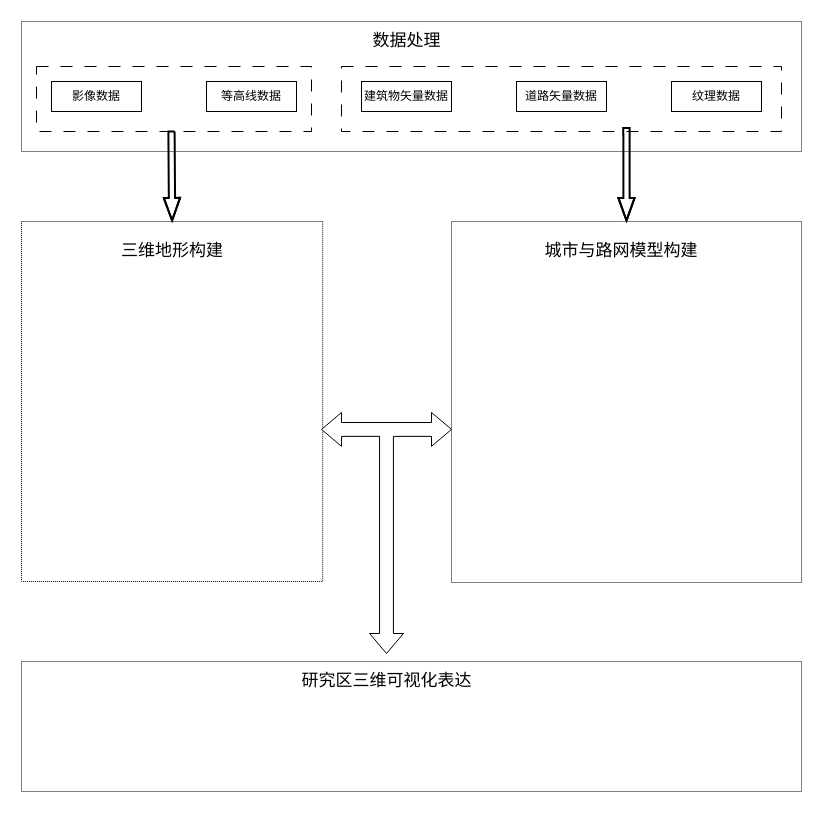
Above: 技术路线.drawio in hhw-cainiao/draw (draw.io), before the change. Source tidied: cells renumbered, new cells numbered last; positions are measured from the earlier drawing's top-left corner, leaving out a move shared by most shapes. Both pictures are drawn from the tidied source at 100%, with x=0, y=0 at pixel (21, 21).
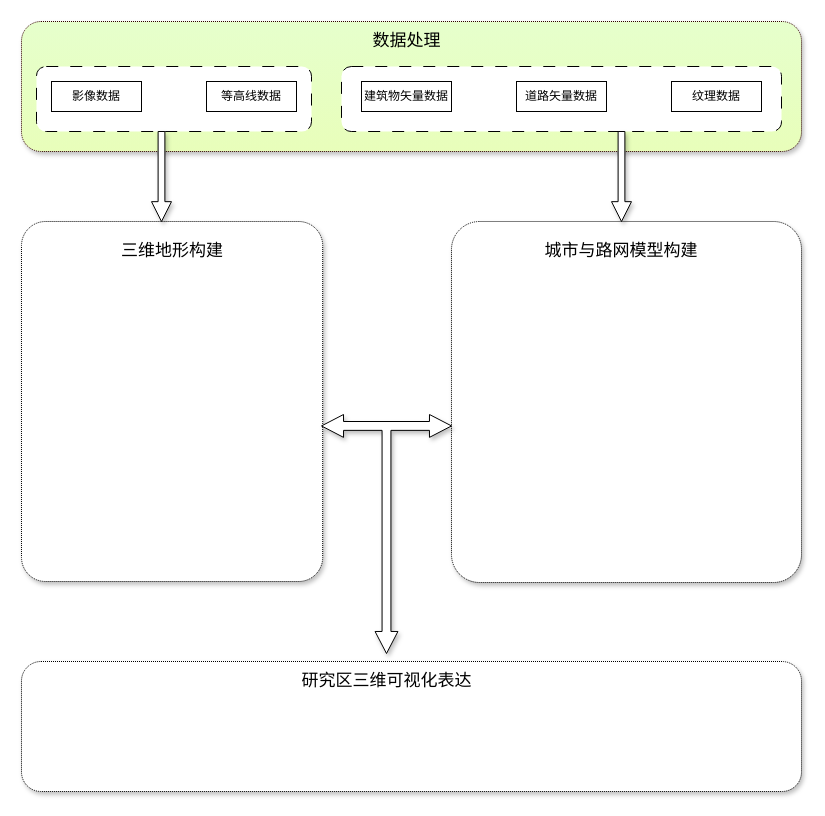
The same diagram, later.

Commit message:
更新技术路线.drawio

Diff of the diagram source:
```diff
@@
-    <mxCell id="2" style="rounded=0;whiteSpace=wrap;html=1;dashed=1;dashPattern=1 1;" parent="1" vertex="1">
+    <mxCell id="2" style="rounded=1;whiteSpace=wrap;html=1;dashed=1;dashPattern=1 1;shadow=1;strokeColor=#330000;fillColor=#E6FFCC;gradientColor=#e8feba;gradientDirection=south;" parent="1" vertex="1">
       <mxGeometry width="780" height="130" as="geometry" />
     </mxCell>
-    <mxCell id="3" style="rounded=0;whiteSpace=wrap;html=1;dashed=1;dashPattern=12 12;" parent="1" vertex="1">
+    <mxCell id="3" style="rounded=1;whiteSpace=wrap;html=1;dashed=1;dashPattern=12 12;" parent="1" vertex="1">
       <mxGeometry x="15" y="45" width="275" height="65" as="geometry" />
     </mxCell>
@@
-    <mxCell id="5" style="rounded=0;whiteSpace=wrap;html=1;dashed=1;dashPattern=12 12;" parent="1" vertex="1">
+    <mxCell id="5" style="rounded=1;whiteSpace=wrap;html=1;dashed=1;dashPattern=12 12;" parent="1" vertex="1">
       <mxGeometry x="320" y="45" width="440" height="65" as="geometry" />
     </mxCell>
@@
-    <mxCell id="11" style="rounded=0;whiteSpace=wrap;html=1;dashed=1;dashPattern=1 1;" parent="1" vertex="1">
+    <mxCell id="11" style="rounded=1;whiteSpace=wrap;html=1;dashed=1;dashPattern=1 1;arcSize=8;shadow=1;" parent="1" vertex="1">
       <mxGeometry y="200" width="301.2" height="360" as="geometry" />
     </mxCell>
-    <mxCell id="12" style="edgeStyle=orthogonalEdgeStyle;rounded=0;jettySize=auto;html=1;entryX=0.5;entryY=0;entryDx=0;entryDy=0;fontStyle=1;strokeWidth=2;shape=flexArrow;width=5.238095238095238;endSize=6.862068965517242;endWidth=7.991242474001095;" parent="1" edge="1" target="11">
-      <mxGeometry relative="1" as="geometry">
-        <mxPoint x="150" y="109" as="sourcePoint" />
-        <Array as="points">
-          <mxPoint x="150" y="110" />
-          <mxPoint x="151" y="110" />
-        </Array>
-      </mxGeometry>
-    </mxCell>
@@
-    <mxCell id="14" style="rounded=0;whiteSpace=wrap;html=1;dashed=1;dashPattern=1 1;" parent="1" vertex="1">
+    <mxCell id="14" style="rounded=1;whiteSpace=wrap;html=1;dashed=1;dashPattern=1 1;arcSize=8;shadow=1;" parent="1" vertex="1">
       <mxGeometry x="430" y="200" width="350" height="361" as="geometry" />
     </mxCell>
-    <mxCell id="15" style="edgeStyle=orthogonalEdgeStyle;rounded=0;jettySize=auto;html=1;entryX=0.5;entryY=0;entryDx=0;entryDy=0;fontStyle=1;strokeWidth=2;shape=flexArrow;width=5.238095238095238;endSize=6.862068965517242;endWidth=7.991242474001095;exitX=0.638;exitY=0.995;exitDx=0;exitDy=0;exitPerimeter=0;" parent="1" edge="1" source="5" target="14">
-      <mxGeometry relative="1" as="geometry">
-        <Array as="points">
-          <mxPoint x="605" y="110" />
-        </Array>
-      </mxGeometry>
-    </mxCell>
@@
-    <mxCell id="17" style="html=1;shadow=0;dashed=0;align=center;verticalAlign=middle;shape=mxgraph.arrows2.triadArrow;dy=10;dx=20;arrowHead=33.86;rotation=-180;" parent="1" vertex="1">
-      <mxGeometry x="300" y="391" width="130" height="241" as="geometry" />
+    <mxCell id="17" style="html=1;shadow=1;dashed=0;align=center;verticalAlign=middle;shape=mxgraph.arrows2.triadArrow;dy=7;dx=22.03;arrowHead=22.86;rotation=-180;" parent="1" vertex="1">
+      <mxGeometry x="300" y="393" width="130" height="239" as="geometry" />
     </mxCell>
-    <mxCell id="18" style="rounded=0;whiteSpace=wrap;html=1;dashed=1;dashPattern=1 1;" parent="1" vertex="1">
+    <mxCell id="18" style="rounded=1;whiteSpace=wrap;html=1;dashed=1;dashPattern=1 1;shadow=1;" parent="1" vertex="1">
       <mxGeometry y="640" width="780" height="130" as="geometry" />
     </mxCell>
@@
+    <mxCell id="20" style="shape=singleArrow;direction=south;whiteSpace=wrap;html=1;arrowWidth=0.3388888888888914;arrowSize=0.2203703703703708;shadow=1;" parent="1" vertex="1">
+      <mxGeometry x="130" y="110" width="20" height="90" as="geometry" />
+    </mxCell>
+    <mxCell id="21" style="shape=singleArrow;direction=south;whiteSpace=wrap;html=1;arrowWidth=0.3388888888888914;arrowSize=0.2203703703703708;shadow=1;" parent="1" vertex="1">
+      <mxGeometry x="590" y="110" width="20" height="90" as="geometry" />
+    </mxCell>
```
